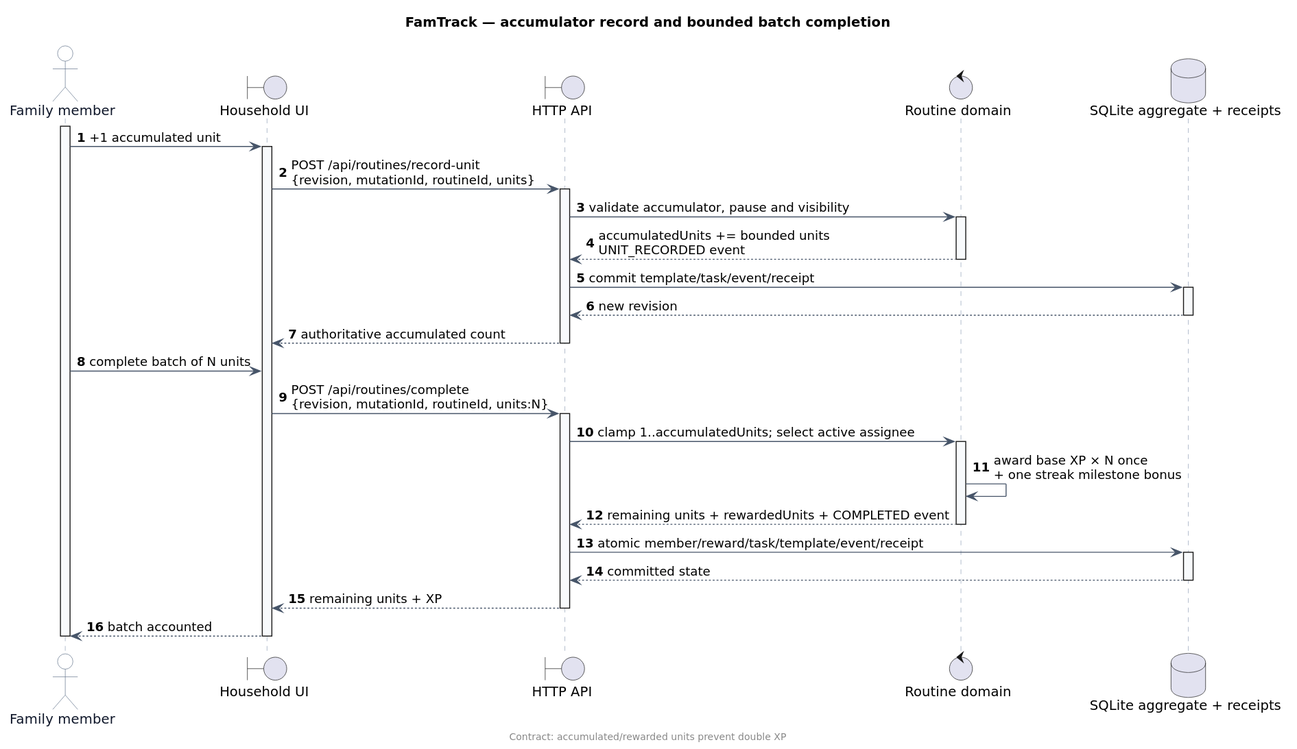
Earlier version of the PlantUML export docs/architecture/diagrams/adr-009/seq_accumulator_batch.svg (NaqpaniA/FamTrack).
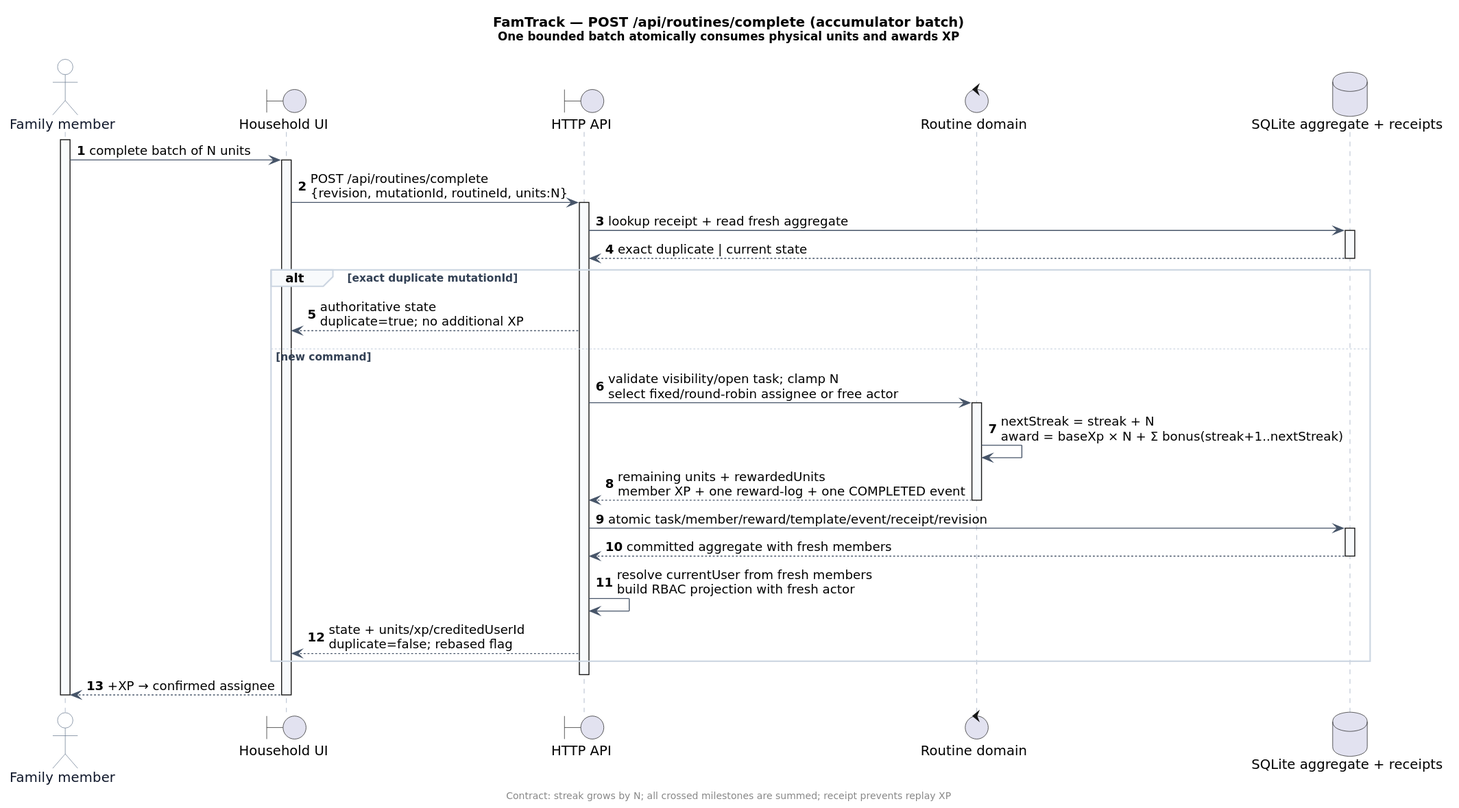
Later version of the same file.

Diff of the diagram source:
```diff
@@ -3,8 +3,11 @@
 !include ../_style_product_seq.puml
 
 autonumber
-title FamTrack — accumulator record and bounded batch completion
-footer Contract: accumulated/rewarded units prevent double XP
+title
+FamTrack — POST /api/routines/complete (accumulator batch)
+<size:12>One bounded batch atomically consumes physical units and awards XP</size>
+end title
+footer Contract: streak grows by N; all crossed milestones are summed; receipt prevents replay XP
 
 actor "Family member" as actor
 boundary "Household UI" as ui
@@ -13,36 +16,33 @@
 database "SQLite aggregate + receipts" as db
 
 activate actor
-actor -> ui : +1 accumulated unit
+actor -> ui : complete batch of N units
 activate ui
-ui -> api : POST /api/routines/record-unit\n{revision, mutationId, routineId, units}
-activate api
-api -> routine : validate accumulator, pause and visibility
-activate routine
-routine --> api : accumulatedUnits += bounded units\nUNIT_RECORDED event
-deactivate routine
-api -> db : commit template/task/event/receipt
-activate db
-db --> api : new revision
-deactivate db
-api --> ui : authoritative accumulated count
-deactivate api
-
-actor -> ui : complete batch of N units
 ui -> api : POST /api/routines/complete\n{revision, mutationId, routineId, units:N}
 activate api
-api -> routine : clamp 1..accumulatedUnits; select active assignee
-activate routine
-routine -> routine : award base XP × N once\n+ one streak milestone bonus
-routine --> api : remaining units + rewardedUnits + COMPLETED event
-deactivate routine
-api -> db : atomic member/reward/task/template/event/receipt
+api -> db : lookup receipt + read fresh aggregate
 activate db
-db --> api : committed state
+db --> api : exact duplicate | current state
 deactivate db
-api --> ui : remaining units + XP
+
+alt exact duplicate mutationId
+  api --> ui : authoritative state\nduplicate=true; no additional XP
+else new command
+  api -> routine : validate visibility/open task; clamp N\nselect fixed/round-robin assignee or free actor
+  activate routine
+  routine -> routine : nextStreak = streak + N\naward = baseXp × N + Σ bonus(streak+1..nextStreak)
+  routine --> api : remaining units + rewardedUnits\nmember XP + one reward-log + one COMPLETED event
+  deactivate routine
+  api -> db : atomic task/member/reward/template/event/receipt/revision
+  activate db
+  db --> api : committed aggregate with fresh members
+  deactivate db
+  api -> api : resolve currentUser from fresh members\nbuild RBAC projection with fresh actor
+  api --> ui : state + units/xp/creditedUserId\nduplicate=false; rebased flag
+end
+
 deactivate api
-ui --> actor : batch accounted
+ui --> actor : +XP → confirmed assignee
 deactivate ui
 deactivate actor
 @enduml
```
